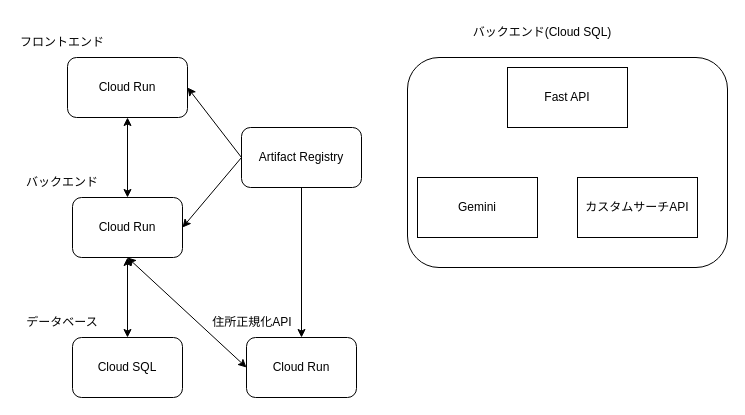
Earlier version of the draw.io diagram architecture.drawio (gepuro/ai_agent_company_research). Source tidied: cells renumbered, new cells numbered last; positions are measured from the earlier drawing's top-left corner, leaving out a move shared by most shapes. Both pictures are drawn from the tidied source at 100%, with x=0, y=0 at pixel (17, 17).
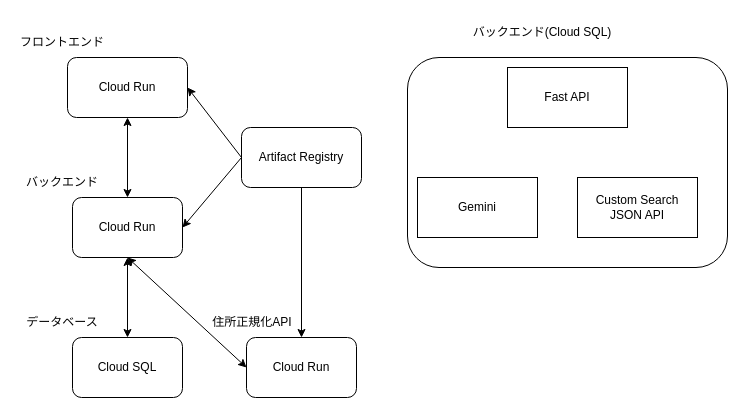
The same diagram, later.

Commit message (it also covers changes not shown here):
architecture.drawio を更新します

The edit, as a diff of the source:
```diff
@@
-    <mxCell id="14" value="カスタムサーチAPI" style="rounded=0;whiteSpace=wrap;html=1;" parent="1" vertex="1">
+    <mxCell id="14" value="Custom Search JSON API" style="rounded=0;whiteSpace=wrap;html=1;" parent="1" vertex="1">
       <mxGeometry x="560" y="160" width="120" height="60" as="geometry" />
     </mxCell>
```
